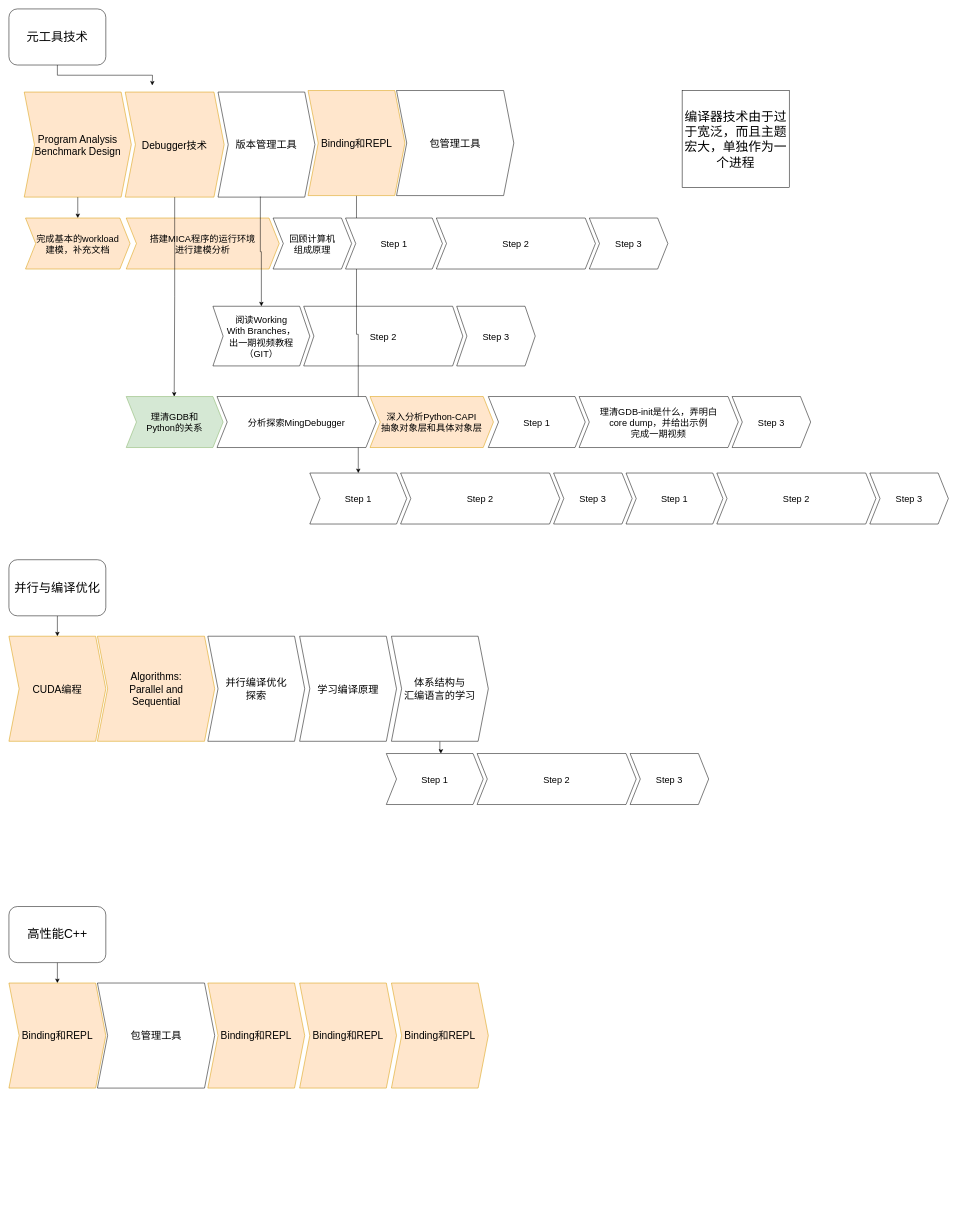
Above: page "最近的" (2 of 2) of scheduler.drawio in xiaoniaoyouhuajiang/ClassNotebook (draw.io), before the change. Source tidied: cells renumbered, new cells numbered last; positions are measured from the earlier drawing's top-left corner, leaving out a move shared by most shapes. Both pictures are drawn from the tidied source at 51%, with x=0, y=0 at pixel (9, 9).
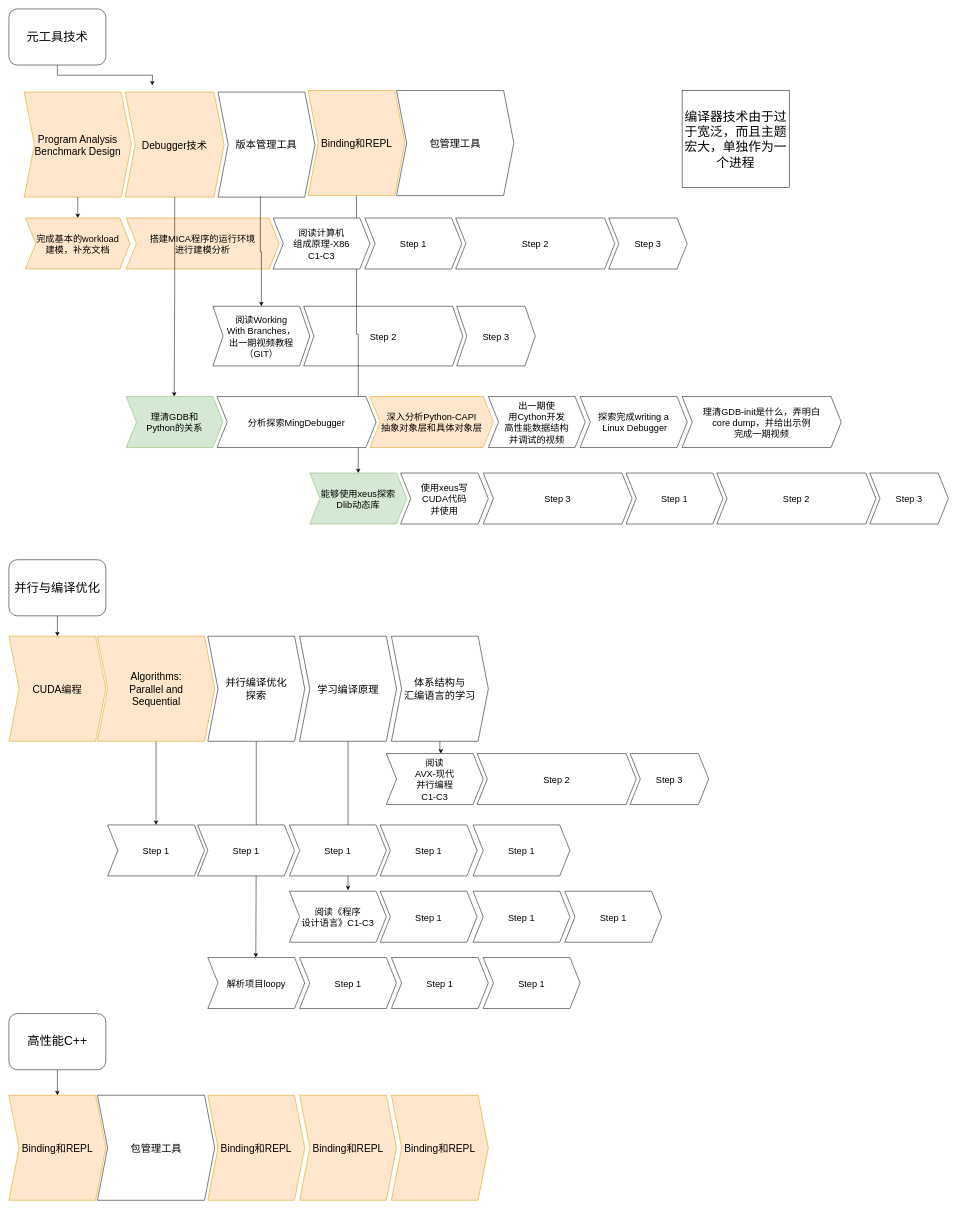
Above is the later version.

Unchanged cells that the change refers to:
```xml
<mxCell id="40" value="Algorithms: &#10;Parallel and &#10;Sequential" style="shape=step;perimeter=stepPerimeter;fixedSize=1;points=[];whiteSpace=wrap;fontSize=20;fillColor=#ffe6cc;strokeColor=#d79b00;" parent="1" vertex="1">
  <mxGeometry x="173.5" y="1230" width="230" height="206" as="geometry" />
</mxCell>
<mxCell id="41" value="并行编译优化&#10;探索" style="shape=step;perimeter=stepPerimeter;fixedSize=1;points=[];whiteSpace=wrap;fontSize=20;" parent="1" vertex="1">
  <mxGeometry x="390" y="1230" width="190" height="206" as="geometry" />
</mxCell>
<mxCell id="42" value="学习编译原理" style="shape=step;perimeter=stepPerimeter;fixedSize=1;points=[];whiteSpace=wrap;fontSize=20;" parent="1" vertex="1">
  <mxGeometry x="570" y="1230" width="190" height="206" as="geometry" />
</mxCell>
```

Change to the diagram source:
```diff
@@
-    <mxCell id="11" value="回顾计算机&#10;组成原理" style="shape=step;perimeter=stepPerimeter;fixedSize=1;fontSize=18;" parent="1" vertex="1">
-      <mxGeometry x="518" y="410" width="154" height="100" as="geometry" />
-    </mxCell>
@@
-    <mxCell id="25" value="Step 1" style="shape=step;perimeter=stepPerimeter;fixedSize=1;fontSize=18;" parent="1" vertex="1">
+    <mxCell id="25" value="出一期使&#10;用Cython开发&#10;高性能数据结构&#10;并调试的视频" style="shape=step;perimeter=stepPerimeter;fixedSize=1;fontSize=18;" parent="1" vertex="1">
       <mxGeometry x="940" y="760" width="190" height="100" as="geometry" />
     </mxCell>
     <mxCell id="26" value="理清GDB-init是什么，弄明白&#10;core dump，并给出示例&#10;完成一期视频" style="shape=step;perimeter=stepPerimeter;fixedSize=1;fontSize=18;" parent="1" vertex="1">
-      <mxGeometry x="1118" y="760" width="312" height="100" as="geometry" />
+      <mxGeometry x="1320" y="760" width="312" height="100" as="geometry" />
     </mxCell>
-    <mxCell id="27" value="Step 3" style="shape=step;perimeter=stepPerimeter;fixedSize=1;fontSize=18;" parent="1" vertex="1">
-      <mxGeometry x="1418" y="760" width="154" height="100" as="geometry" />
+    <mxCell id="27" value="探索完成writing a&#10; Linux Debugger" style="shape=step;perimeter=stepPerimeter;fixedSize=1;fontSize=18;" parent="1" vertex="1">
+      <mxGeometry x="1120" y="760" width="210" height="100" as="geometry" />
     </mxCell>
     <mxCell id="28" value="Step 1" style="shape=step;perimeter=stepPerimeter;fixedSize=1;fontSize=18;" parent="1" vertex="1">
-      <mxGeometry x="660" y="410" width="190" height="100" as="geometry" />
+      <mxGeometry x="698" y="410" width="190" height="100" as="geometry" />
     </mxCell>
     <mxCell id="29" value="Step 2" style="shape=step;perimeter=stepPerimeter;fixedSize=1;fontSize=18;" parent="1" vertex="1">
-      <mxGeometry x="838" y="410" width="312" height="100" as="geometry" />
+      <mxGeometry x="876" y="410" width="312" height="100" as="geometry" />
     </mxCell>
     <mxCell id="30" value="Step 3" style="shape=step;perimeter=stepPerimeter;fixedSize=1;fontSize=18;" parent="1" vertex="1">
-      <mxGeometry x="1138" y="410" width="154" height="100" as="geometry" />
+      <mxGeometry x="1176" y="410" width="154" height="100" as="geometry" />
     </mxCell>
-    <mxCell id="31" value="Step 1" style="shape=step;perimeter=stepPerimeter;fixedSize=1;points=[];fontSize=18;" parent="1" vertex="1">
+    <mxCell id="31" value="能够使用xeus探索&#10;Dlib动态库" style="shape=step;perimeter=stepPerimeter;fixedSize=1;points=[];fontSize=18;fillColor=#d5e8d4;strokeColor=#82b366;" parent="1" vertex="1">
       <mxGeometry x="590" y="910" width="190" height="100" as="geometry" />
     </mxCell>
-    <mxCell id="32" value="Step 2" style="shape=step;perimeter=stepPerimeter;fixedSize=1;fontSize=18;" parent="1" vertex="1">
-      <mxGeometry x="768" y="910" width="312" height="100" as="geometry" />
+    <mxCell id="32" value="使用xeus写&#10;CUDA代码&#10;并使用" style="shape=step;perimeter=stepPerimeter;fixedSize=1;fontSize=18;" parent="1" vertex="1">
+      <mxGeometry x="768" y="910" width="172" height="100" as="geometry" />
     </mxCell>
     <mxCell id="33" value="Step 3" style="shape=step;perimeter=stepPerimeter;fixedSize=1;fontSize=18;" parent="1" vertex="1">
-      <mxGeometry x="1068" y="910" width="154" height="100" as="geometry" />
+      <mxGeometry x="930" y="910" width="292" height="100" as="geometry" />
     </mxCell>
@@
+    <mxCell id="55" style="edgeStyle=orthogonalEdgeStyle;rounded=0;jettySize=auto;html=1;" parent="1" edge="1" source="40" target="58">
+      <mxGeometry relative="1" as="geometry" />
+    </mxCell>
@@
+    <mxCell id="56" style="edgeStyle=orthogonalEdgeStyle;rounded=0;jettySize=auto;html=1;entryX=0.495;entryY=0;entryDx=0;entryDy=0;entryPerimeter=0;" parent="1" edge="1" source="41" target="67">
+      <mxGeometry relative="1" as="geometry" />
+    </mxCell>
@@
+    <mxCell id="57" style="edgeStyle=orthogonalEdgeStyle;rounded=0;jettySize=auto;html=1;entryX=0.605;entryY=-0.02;entryDx=0;entryDy=0;entryPerimeter=0;" parent="1" edge="1" source="42" target="63">
+      <mxGeometry relative="1" as="geometry" />
+    </mxCell>
@@
     <mxCell id="46" value="&lt;span style=&quot;font-size: 24px&quot;&gt;高性能C++&lt;/span&gt;" style="rounded=1;whiteSpace=wrap;html=1;" parent="1" vertex="1">
-      <mxGeometry y="1760" width="190" height="110" as="geometry" />
+      <mxGeometry y="1970" width="190" height="110" as="geometry" />
     </mxCell>
     <mxCell id="47" value="Binding和REPL" style="shape=step;perimeter=stepPerimeter;fixedSize=1;points=[];whiteSpace=wrap;fontSize=20;fillColor=#ffe6cc;strokeColor=#d79b00;" parent="1" vertex="1">
-      <mxGeometry y="1910" width="190" height="206" as="geometry" />
+      <mxGeometry y="2130" width="190" height="206" as="geometry" />
     </mxCell>
     <mxCell id="48" value="包管理工具" style="shape=step;perimeter=stepPerimeter;fixedSize=1;whiteSpace=wrap;fontSize=20;" parent="1" vertex="1">
-      <mxGeometry x="173.5" y="1910" width="230" height="206" as="geometry" />
+      <mxGeometry x="173.5" y="2130" width="230" height="206" as="geometry" />
     </mxCell>
     <mxCell id="49" value="Binding和REPL" style="shape=step;perimeter=stepPerimeter;fixedSize=1;whiteSpace=wrap;fontSize=20;fillColor=#ffe6cc;strokeColor=#d79b00;" parent="1" vertex="1">
-      <mxGeometry x="390" y="1910" width="190" height="206" as="geometry" />
+      <mxGeometry x="390" y="2130" width="190" height="206" as="geometry" />
     </mxCell>
     <mxCell id="50" value="Binding和REPL" style="shape=step;perimeter=stepPerimeter;fixedSize=1;whiteSpace=wrap;fontSize=20;fillColor=#ffe6cc;strokeColor=#d79b00;" parent="1" vertex="1">
-      <mxGeometry x="570" y="1910" width="190" height="206" as="geometry" />
+      <mxGeometry x="570" y="2130" width="190" height="206" as="geometry" />
     </mxCell>
     <mxCell id="51" value="Binding和REPL" style="shape=step;perimeter=stepPerimeter;fixedSize=1;whiteSpace=wrap;fontSize=20;fillColor=#ffe6cc;strokeColor=#d79b00;" parent="1" vertex="1">
-      <mxGeometry x="750" y="1910" width="190" height="206" as="geometry" />
+      <mxGeometry x="750" y="2130" width="190" height="206" as="geometry" />
     </mxCell>
-    <mxCell id="52" value="Step 1" style="shape=step;perimeter=stepPerimeter;fixedSize=1;points=[];fontSize=18;" parent="1" vertex="1">
+    <mxCell id="52" value="阅读&#10;AVX-现代&#10;并行编程&#10;C1-C3" style="shape=step;perimeter=stepPerimeter;fixedSize=1;points=[];fontSize=18;" parent="1" vertex="1">
       <mxGeometry x="740" y="1460" width="190" height="100" as="geometry" />
     </mxCell>
@@
+    <mxCell id="58" value="Step 1" style="shape=step;perimeter=stepPerimeter;fixedSize=1;points=[];fontSize=18;" parent="1" vertex="1">
+      <mxGeometry x="193.5" y="1600" width="190" height="100" as="geometry" />
+    </mxCell>
+    <mxCell id="59" value="Step 1" style="shape=step;perimeter=stepPerimeter;fixedSize=1;fontSize=18;" parent="1" vertex="1">
+      <mxGeometry x="728" y="1600" width="190" height="100" as="geometry" />
+    </mxCell>
+    <mxCell id="60" value="Step 1" style="shape=step;perimeter=stepPerimeter;fixedSize=1;fontSize=18;" parent="1" vertex="1">
+      <mxGeometry x="370" y="1600" width="190" height="100" as="geometry" />
+    </mxCell>
+    <mxCell id="61" value="Step 1" style="shape=step;perimeter=stepPerimeter;fixedSize=1;fontSize=18;" parent="1" vertex="1">
+      <mxGeometry x="550" y="1600" width="190" height="100" as="geometry" />
+    </mxCell>
+    <mxCell id="62" value="Step 1" style="shape=step;perimeter=stepPerimeter;fixedSize=1;fontSize=18;" parent="1" vertex="1">
+      <mxGeometry x="910" y="1600" width="190" height="100" as="geometry" />
+    </mxCell>
+    <mxCell id="63" value="阅读《程序&#10;设计语言》C1-C3" style="shape=step;perimeter=stepPerimeter;fixedSize=1;points=[];fontSize=18;" parent="1" vertex="1">
+      <mxGeometry x="550" y="1730" width="190" height="100" as="geometry" />
+    </mxCell>
+    <mxCell id="64" value="Step 1" style="shape=step;perimeter=stepPerimeter;fixedSize=1;fontSize=18;" parent="1" vertex="1">
+      <mxGeometry x="728" y="1730" width="190" height="100" as="geometry" />
+    </mxCell>
+    <mxCell id="65" value="Step 1" style="shape=step;perimeter=stepPerimeter;fixedSize=1;fontSize=18;" parent="1" vertex="1">
+      <mxGeometry x="1090" y="1730" width="190" height="100" as="geometry" />
+    </mxCell>
+    <mxCell id="66" value="Step 1" style="shape=step;perimeter=stepPerimeter;fixedSize=1;fontSize=18;" parent="1" vertex="1">
+      <mxGeometry x="910" y="1730" width="190" height="100" as="geometry" />
+    </mxCell>
+    <mxCell id="67" value="解析项目loopy" style="shape=step;perimeter=stepPerimeter;fixedSize=1;points=[];fontSize=18;" parent="1" vertex="1">
+      <mxGeometry x="390" y="1860" width="190" height="100" as="geometry" />
+    </mxCell>
+    <mxCell id="68" value="Step 1" style="shape=step;perimeter=stepPerimeter;fixedSize=1;fontSize=18;" parent="1" vertex="1">
+      <mxGeometry x="930" y="1860" width="190" height="100" as="geometry" />
+    </mxCell>
+    <mxCell id="69" value="Step 1" style="shape=step;perimeter=stepPerimeter;fixedSize=1;fontSize=18;" parent="1" vertex="1">
+      <mxGeometry x="570" y="1860" width="190" height="100" as="geometry" />
+    </mxCell>
+    <mxCell id="70" value="Step 1" style="shape=step;perimeter=stepPerimeter;fixedSize=1;fontSize=18;" parent="1" vertex="1">
+      <mxGeometry x="750" y="1860" width="190" height="100" as="geometry" />
+    </mxCell>
+    <mxCell id="71" value="阅读计算机&#10;组成原理-X86&#10;C1-C3" style="shape=step;perimeter=stepPerimeter;fixedSize=1;fontSize=18;" parent="1" vertex="1">
+      <mxGeometry x="518" y="410" width="190" height="100" as="geometry" />
+    </mxCell>
```
